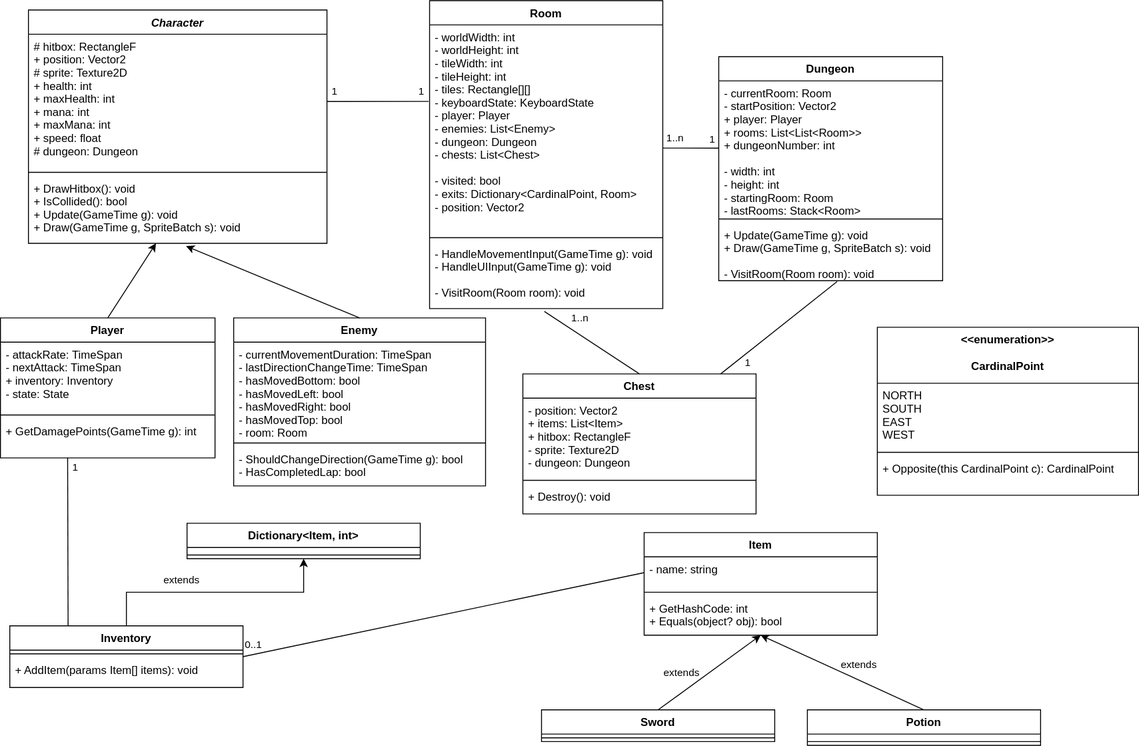
Before: Docs/Model/DungeonCrawlerUML.svg, a diagram exported from draw.io (CPNV-ES/tales-of-senylan). Source tidied: cells renumbered, new cells last; positions are measured from the earlier drawing's top-left corner, leaving out a move shared by most shapes.
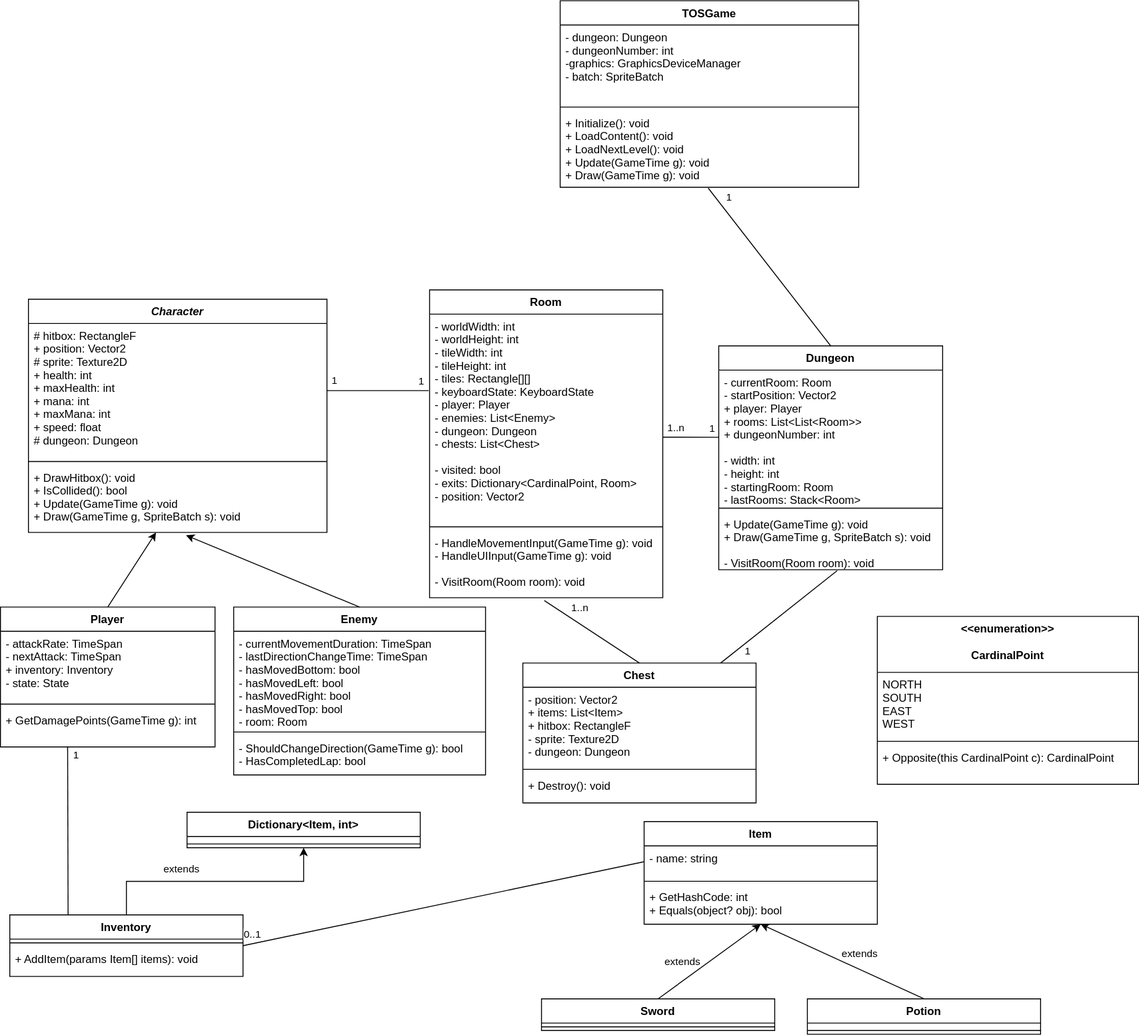
The same file after the commit.

Commit message:
Add TOSGame to class diagram

The edit, as a diff of the source:
```diff
@@ -234,5 +234,25 @@
         <mxPoint x="10.1" as="offset" />
       </mxGeometry>
     </mxCell>
+    <mxCell id="70" value="TOSGame" style="swimlane;fontStyle=1;align=center;verticalAlign=top;horizontal=1;startSize=26;" parent="1" vertex="1">
+      <mxGeometry x="600" y="-310" width="320" height="200" as="geometry" />
+    </mxCell>
+    <mxCell id="71" value="- dungeon: Dungeon&#10;- dungeonNumber: int&#10;-graphics: GraphicsDeviceManager&#10;- batch: SpriteBatch&#10;&#10;&#10;" style="text;strokeColor=none;fillColor=none;align=left;verticalAlign=top;spacingLeft=4;spacingRight=4;overflow=hidden;" parent="70" vertex="1">
+      <mxGeometry y="26" width="320" height="84" as="geometry" />
+    </mxCell>
+    <mxCell id="72" style="line;strokeWidth=1;fillColor=none;align=left;verticalAlign=middle;spacingTop=-1;spacingLeft=3;spacingRight=3;labelPosition=right;" parent="70" vertex="1">
+      <mxGeometry y="110" width="320" height="8" as="geometry" />
+    </mxCell>
+    <mxCell id="73" value="+ Initialize(): void&#10;+ LoadContent(): void&#10;+ LoadNextLevel(): void&#10;+ Update(GameTime g): void&#10;+ Draw(GameTime g): void&#10;" style="text;strokeColor=none;fillColor=none;align=left;verticalAlign=top;spacingLeft=4;spacingRight=4;overflow=hidden;points=[[0,0.5],[1,0.5]];portConstraint=eastwest;fontStyle=0;" parent="70" vertex="1">
+      <mxGeometry y="118" width="320" height="82" as="geometry" />
+    </mxCell>
+    <mxCell id="74" style="endArrow=none;html=1;entryX=0.496;entryY=1.011;entryDx=0;entryDy=0;entryPerimeter=0;exitX=0.5;exitY=0;exitDx=0;exitDy=0;" parent="1" edge="1" source="19" target="73">
+      <mxGeometry relative="1" as="geometry" />
+    </mxCell>
+    <mxCell id="75" value="1" style="edgeLabel;html=1;align=center;verticalAlign=middle;" parent="74" vertex="1">
+      <mxGeometry x="0.81" y="2" relative="1" as="geometry">
+        <mxPoint x="10.6" y="-7.9" as="offset" />
+      </mxGeometry>
+    </mxCell>
   </root>
 </mxGraphModel>
```
